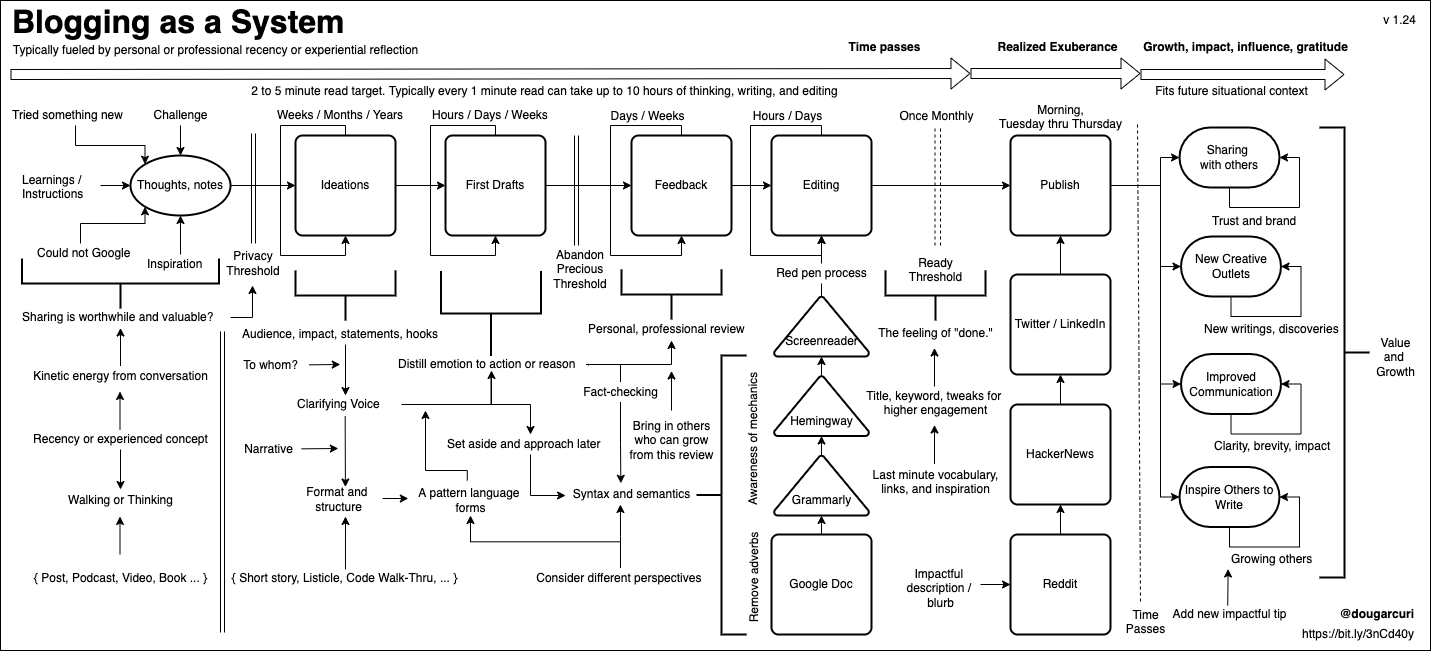
This is mentoring/diagrams/blogging-process.png from solidi/learning-notes, a draw.io export, as it was before one commit. Source tidied: cells renumbered, new cells last; positions are measured from the earlier drawing's top-left corner, leaving out a move shared by most shapes.
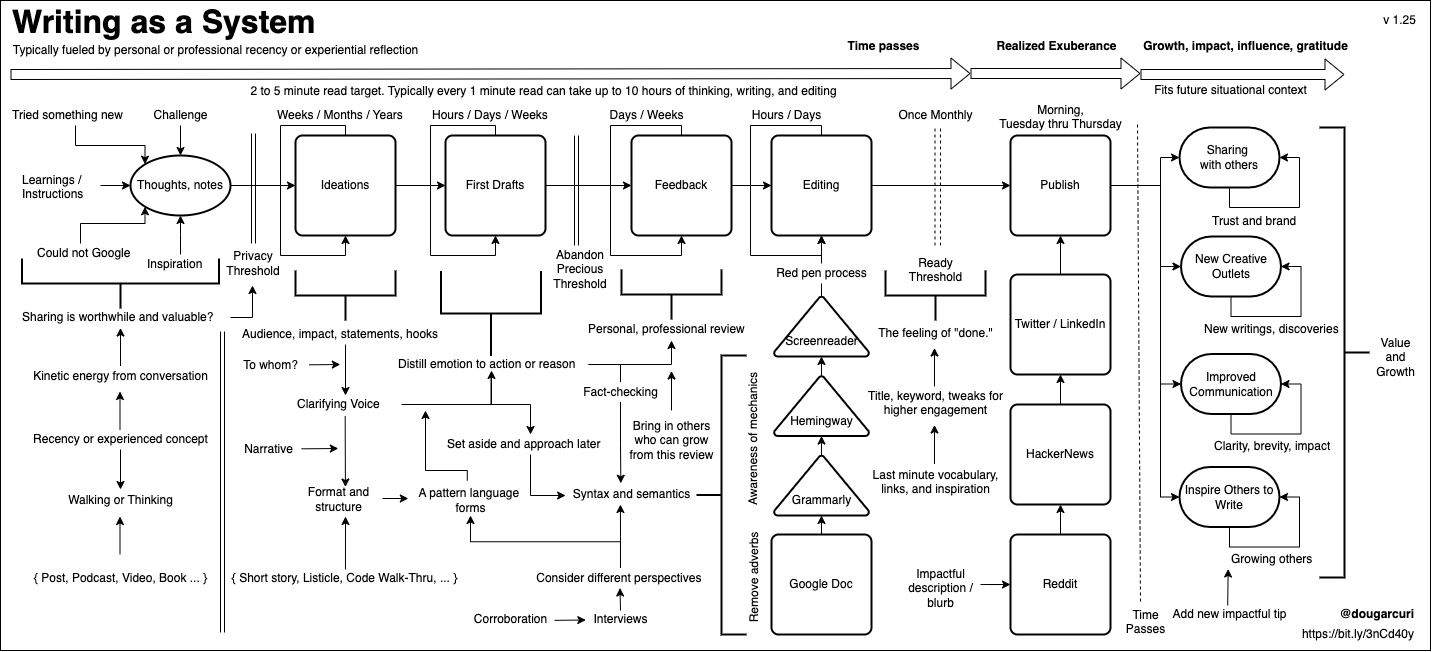
After the commit.

Commit message:
Change to writing as a system, add interviews

What changed in the source:
```diff
@@ -126,8 +126,8 @@
     <mxCell id="28" style="edgeStyle=orthogonalEdgeStyle;rounded=0;jettySize=auto;html=1;exitX=0.5;exitY=0;exitDx=0;exitDy=0;entryX=0.5;entryY=1;entryDx=0;entryDy=0;exitPerimeter=0;startArrow=none;" parent="1" edge="1" source="146" target="16">
       <mxGeometry relative="1" as="geometry" />
     </mxCell>
-    <mxCell id="29" value="&lt;b&gt;&lt;font style=&quot;font-size: 32px&quot;&gt;Blogging as a System&lt;/font&gt;&lt;/b&gt;" style="text;html=1;align=left;verticalAlign=top;spacingTop=-4;" parent="1" vertex="1">
-      <mxGeometry x="10" width="350" height="20" as="geometry" />
+    <mxCell id="29" value="&lt;b&gt;&lt;font style=&quot;font-size: 32px&quot;&gt;Writing as a System&lt;/font&gt;&lt;/b&gt;" style="text;html=1;align=left;verticalAlign=top;spacingTop=-4;" parent="1" vertex="1">
+      <mxGeometry x="10" width="330" height="50" as="geometry" />
     </mxCell>
     <mxCell id="30" style="strokeWidth=2;html=1;shape=mxgraph.flowchart.annotation_2;align=left;labelPosition=right;rotation=-90;" parent="1" vertex="1">
       <mxGeometry x="320" y="245" width="50" height="100" as="geometry" />
@@ -158,9 +158,9 @@
     <mxCell id="37" style="strokeWidth=2;html=1;shape=mxgraph.flowchart.annotation_2;align=left;labelPosition=right;rotation=-90;" parent="1" vertex="1">
       <mxGeometry x="448" y="263" width="85" height="100" as="geometry" />
     </mxCell>
-    <mxCell id="38" style="edgeStyle=orthogonalEdgeStyle;rounded=0;orthogonalLoop=1;jettySize=auto;html=1;entryX=0.518;entryY=1.1;entryDx=0;entryDy=0;entryPerimeter=0;exitX=1.013;exitY=0.5;exitDx=0;exitDy=0;exitPerimeter=0;" parent="1" edge="1">
+    <mxCell id="38" style="edgeStyle=orthogonalEdgeStyle;rounded=0;orthogonalLoop=1;jettySize=auto;html=1;entryX=0.518;entryY=1.1;entryDx=0;entryDy=0;entryPerimeter=0;" parent="1" edge="1">
       <mxGeometry relative="1" as="geometry">
-        <mxPoint x="588" y="365" as="sourcePoint" />
+        <mxPoint x="620" y="364" as="sourcePoint" />
         <mxPoint x="671" y="340" as="targetPoint" />
         <Array as="points">
           <mxPoint x="588" y="364" />
@@ -168,8 +168,9 @@
         </Array>
       </mxGeometry>
     </mxCell>
-    <mxCell id="39" style="edgeStyle=orthogonalEdgeStyle;rounded=0;jettySize=auto;html=1;endArrow=none;endFill=0;startArrow=none;startFill=0;" parent="1" edge="1" source="41" target="145">
+    <mxCell id="39" style="edgeStyle=orthogonalEdgeStyle;rounded=0;jettySize=auto;html=1;endArrow=none;endFill=0;startArrow=none;startFill=0;" parent="1" edge="1" target="145">
       <mxGeometry relative="1" as="geometry">
+        <mxPoint x="620" y="364" as="sourcePoint" />
         <Array as="points">
           <mxPoint x="620" y="364" />
         </Array>
@@ -494,8 +495,8 @@
         <mxPoint x="120" y="327.5" as="targetPoint" />
       </mxGeometry>
     </mxCell>
-    <mxCell id="121" value="v 1.24" style="text;html=1;align=center;verticalAlign=middle;" parent="1" vertex="1">
-      <mxGeometry x="1374" y="10" width="50" height="20" as="geometry" />
+    <mxCell id="121" value="v 1.25" style="text;html=1;align=center;verticalAlign=middle;" parent="1" vertex="1">
+      <mxGeometry x="1369" y="5" width="60" height="30" as="geometry" />
     </mxCell>
     <mxCell id="122" value="Morning,&lt;br&gt;Tuesday thru Thursday" style="text;html=1;align=center;verticalAlign=top;spacingTop=-4;" parent="1" vertex="1">
       <mxGeometry x="990" y="100" width="140" height="30" as="geometry" />
@@ -599,5 +600,23 @@
     <mxCell id="147" style="edgeStyle=orthogonalEdgeStyle;rounded=0;jettySize=auto;html=1;exitX=0.5;exitY=0;exitDx=0;exitDy=0;entryX=0.5;entryY=1;entryDx=0;entryDy=0;exitPerimeter=0;endArrow=none;" parent="1" edge="1" source="48" target="146">
       <mxGeometry relative="1" as="geometry" />
     </mxCell>
+    <mxCell id="148" value="Interviews" style="text;html=1;align=center;verticalAlign=middle;" parent="1" vertex="1">
+      <mxGeometry x="580" y="604" width="80" height="30" as="geometry" />
+    </mxCell>
+    <mxCell id="149" style="edgeStyle=orthogonalEdgeStyle;rounded=0;orthogonalLoop=1;jettySize=auto;html=1;entryX=0.5;entryY=1;entryDx=0;entryDy=0;" parent="1" edge="1">
+      <mxGeometry relative="1" as="geometry">
+        <mxPoint x="620" y="610" as="sourcePoint" />
+        <mxPoint x="619.5" y="587.5" as="targetPoint" />
+      </mxGeometry>
+    </mxCell>
+    <mxCell id="150" value="Corroboration" style="text;html=1;align=center;verticalAlign=middle;" parent="1" vertex="1">
+      <mxGeometry x="460" y="604" width="100" height="30" as="geometry" />
+    </mxCell>
+    <mxCell id="151" style="endArrow=classic;html=1;exitX=1.05;exitY=0.467;exitDx=0;exitDy=0;exitPerimeter=0;entryX=-0.018;entryY=0.433;entryDx=0;entryDy=0;entryPerimeter=0;" parent="1" edge="1">
+      <mxGeometry relative="1" as="geometry">
+        <mxPoint x="554" y="619.8" as="sourcePoint" />
+        <mxPoint x="585.3" y="619.5" as="targetPoint" />
+      </mxGeometry>
+    </mxCell>
   </root>
 </mxGraphModel>
```
